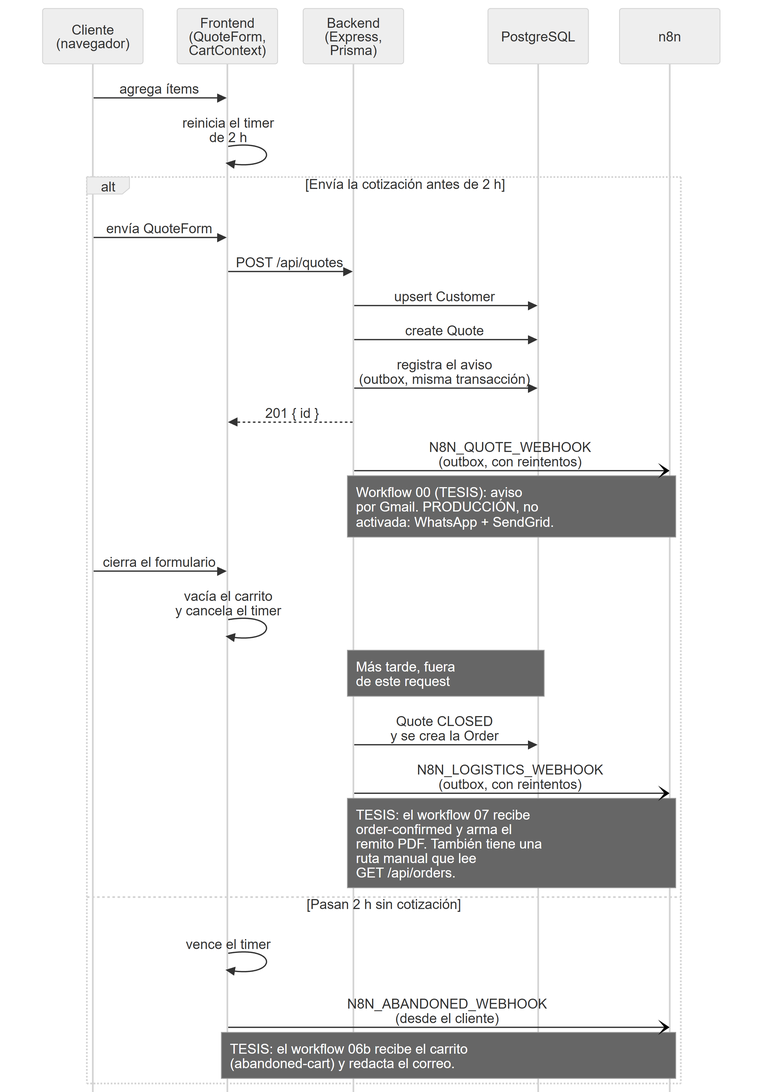
The Mermaid diagram docs/assets/diagrams/fig2-secuencia-leads.png in sudogringo/FINAL, before a commit. Its source is kept beside it as docs/assets/diagrams/fig2-secuencia-leads.mmd.
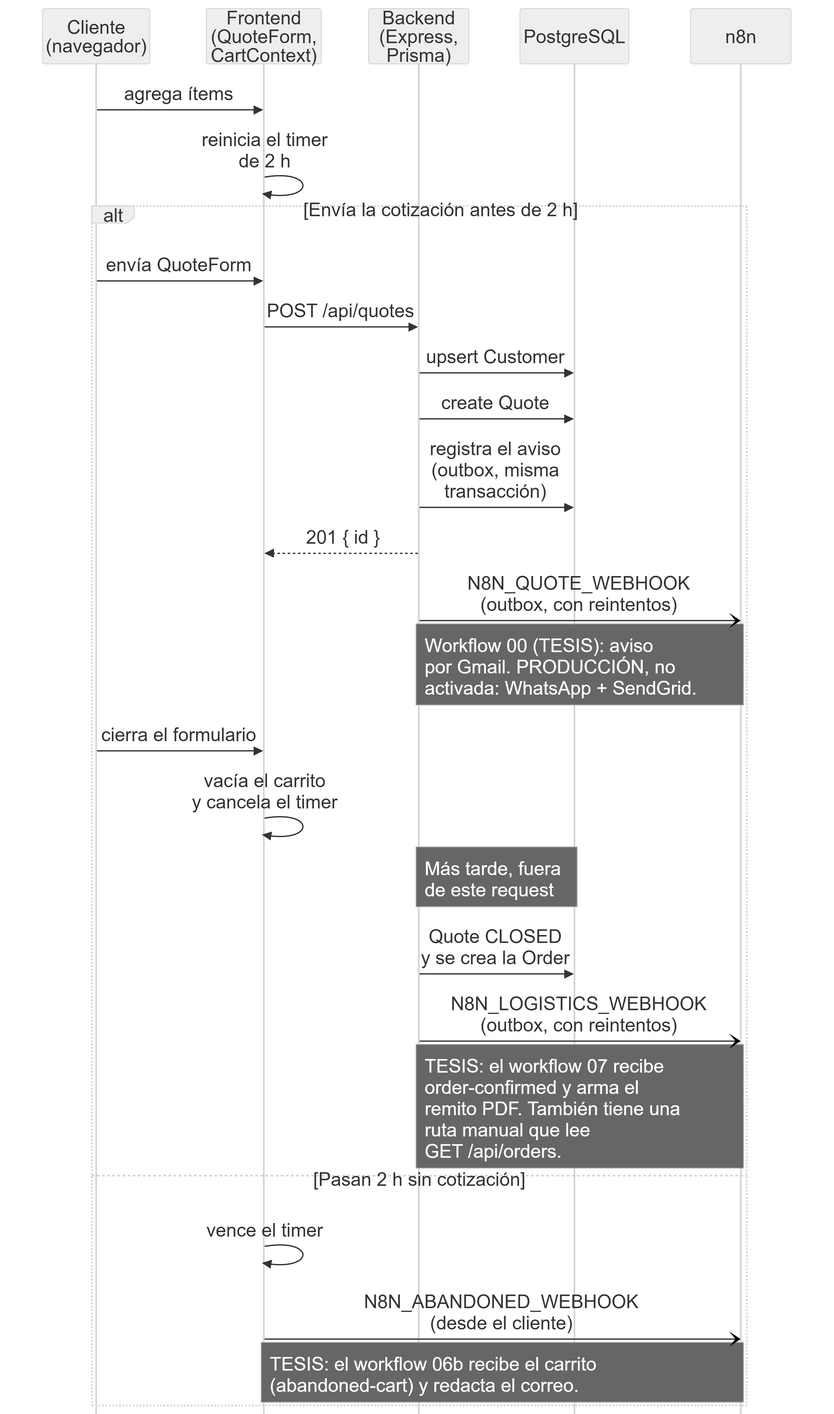
The same file after the commit.

Commit message:
docs(assets): Figure 2 rendered with 22 px text so it prints at about 8.3 pt

Mermaid 11 ignores the per-element sequence font sizes, so the diagram
was drawn at the default 16 px (about 7 pt at the 14 cm print width).
The top-level fontSize is now 22, with tighter actor and message margins
and one label wrapped; the content is unchanged. At 13 cm wide the text
prints at about 8.3 pt.

Diff of the diagram source:
```diff
@@ -1,4 +1,4 @@
-%%{init: {"theme":"neutral","sequence":{"mirrorActors":false,"actorFontSize":20,"messageFontSize":20,"noteFontSize":19,"actorMargin":14,"width":118,"boxMargin":6,"messageMargin":22,"wrap":false,"noteAlign":"left"},"themeVariables":{"fontFamily":"Arial"}}}%%
+%%{init: {"theme":"neutral","fontSize":22,"sequence":{"mirrorActors":false,"actorMargin":6,"width":118,"boxMargin":4,"messageMargin":8,"wrap":false,"noteAlign":"left"},"themeVariables":{"fontFamily":"Arial"}}}%%
 sequenceDiagram
     participant C as Cliente<br/>(navegador)
     participant FE as Frontend<br/>(QuoteForm,<br/>CartContext)
@@ -12,7 +12,7 @@
         FE->>BE: POST /api/quotes
         BE->>DB: upsert Customer
         BE->>DB: create Quote
-        BE->>DB: registra el aviso<br/>(outbox, misma transacción)
+        BE->>DB: registra el aviso<br/>(outbox, misma<br/>transacción)
         BE-->>FE: 201 { id }
         BE-)N8N: N8N_QUOTE_WEBHOOK<br/>(outbox, con reintentos)
         Note over BE,N8N: Workflow 00 (TESIS): aviso<br/>por Gmail. PRODUCCIÓN, no<br/>activada: WhatsApp + SendGrid.
```
